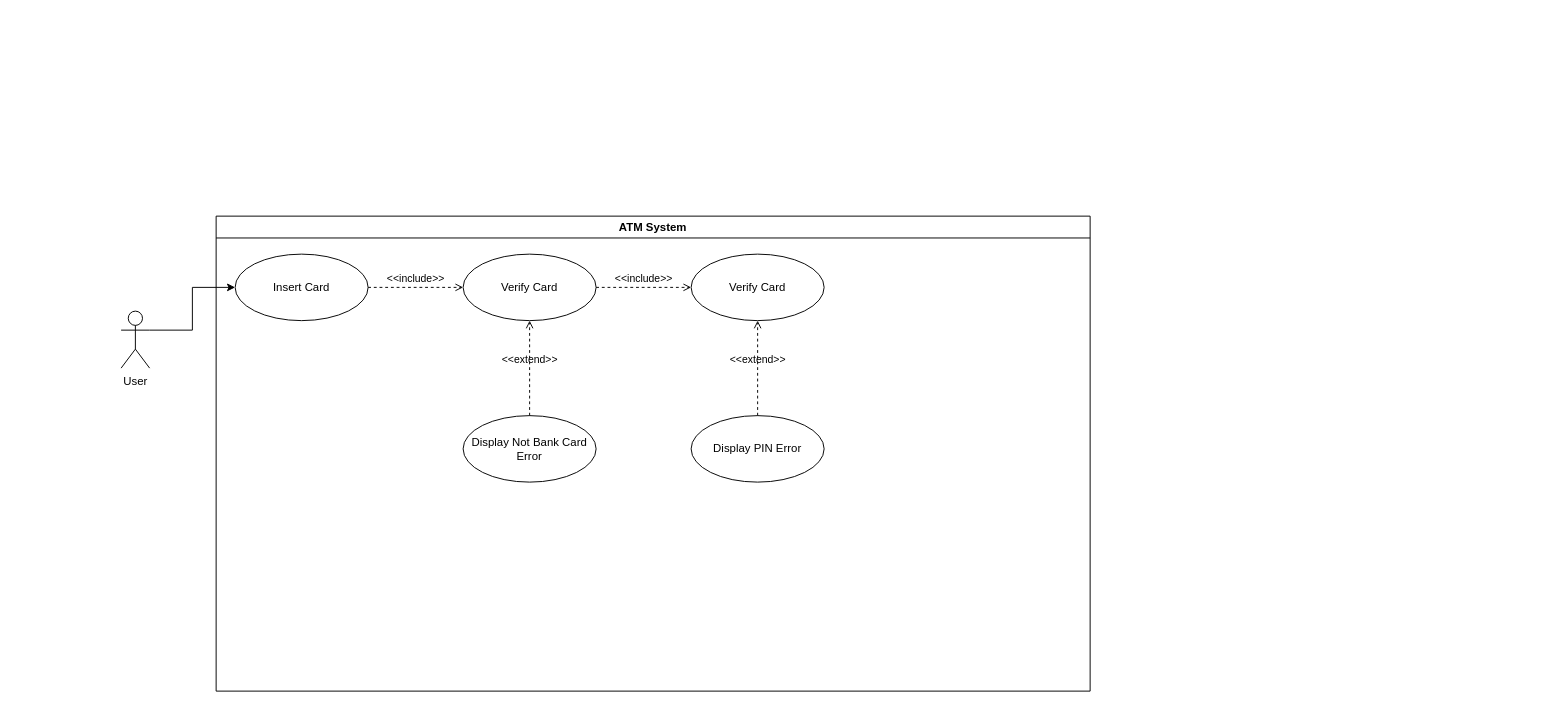
jilv220/UMLs keeps this draw.io diagram as ATM_usecase_diagram.drawio. Above is the earlier version. Source tidied: cells renumbered, new cells numbered last; positions are measured from the earlier drawing's top-left corner, leaving out a move shared by most shapes. Both pictures are drawn from the tidied source at 95%, with x=0, y=0 at pixel (121, 216).
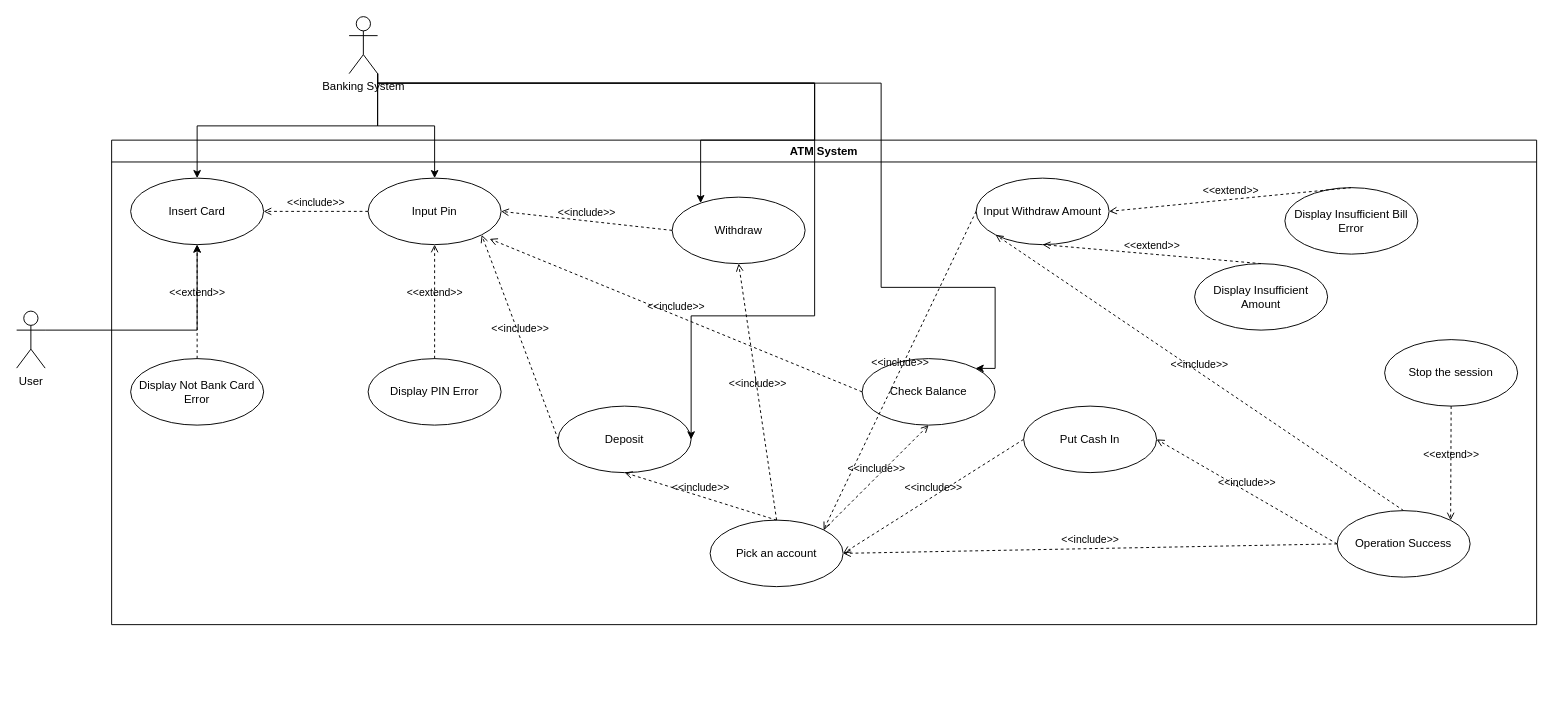
After the change.

Unchanged cells that the change refers to:
```xml
<mxCell id="3" value="Insert Card" style="ellipse;whiteSpace=wrap;html=1;" parent="2" vertex="1">
  <mxGeometry x="20" y="40" width="140" height="70" as="geometry" />
</mxCell>
```

The edit, as a diff of the source:
```diff
@@
     <mxCell id="2" value="&lt;div&gt;ATM System&lt;/div&gt;" style="swimlane;whiteSpace=wrap;html=1;" parent="1" vertex="1">
-      <mxGeometry x="100" width="920" height="500" as="geometry" />
+      <mxGeometry x="-10" y="-80" width="1500" height="510" as="geometry" />
     </mxCell>
@@
-    <mxCell id="4" value="Verify Card" style="ellipse;whiteSpace=wrap;html=1;" parent="2" vertex="1">
-      <mxGeometry x="260" y="40" width="140" height="70" as="geometry" />
-    </mxCell>
-    <mxCell id="5" value="&amp;lt;&amp;lt;include&amp;gt;&amp;gt;" style="html=1;verticalAlign=bottom;labelBackgroundColor=none;endArrow=open;endFill=0;dashed=1;rounded=0;exitX=1;exitY=0.5;exitDx=0;exitDy=0;entryX=0;entryY=0.5;entryDx=0;entryDy=0;" parent="2" edge="1" source="3" target="4">
-      <mxGeometry relative="1" as="geometry" />
-    </mxCell>
     <mxCell id="6" value="Display Not Bank Card Error" style="ellipse;whiteSpace=wrap;html=1;" parent="2" vertex="1">
-      <mxGeometry x="260" y="210" width="140" height="70" as="geometry" />
+      <mxGeometry x="20" y="230" width="140" height="70" as="geometry" />
     </mxCell>
-    <mxCell id="7" value="&amp;lt;&amp;lt;extend&amp;gt;&amp;gt;" style="html=1;verticalAlign=bottom;labelBackgroundColor=none;endArrow=open;endFill=0;dashed=1;rounded=0;exitX=0.5;exitY=0;exitDx=0;exitDy=0;entryX=0.5;entryY=1;entryDx=0;entryDy=0;" parent="2" edge="1" source="6" target="4">
+    <mxCell id="7" value="&amp;lt;&amp;lt;extend&amp;gt;&amp;gt;" style="html=1;verticalAlign=bottom;labelBackgroundColor=none;endArrow=open;endFill=0;dashed=1;rounded=0;exitX=0.5;exitY=0;exitDx=0;exitDy=0;entryX=0.5;entryY=1;entryDx=0;entryDy=0;" parent="2" edge="1" source="6" target="3">
       <mxGeometry relative="1" as="geometry" />
     </mxCell>
-    <mxCell id="8" value="&amp;lt;&amp;lt;include&amp;gt;&amp;gt;" style="html=1;verticalAlign=bottom;labelBackgroundColor=none;endArrow=open;endFill=0;dashed=1;rounded=0;exitX=1;exitY=0.5;exitDx=0;exitDy=0;" parent="2" edge="1" source="4" target="11">
+    <mxCell id="8" value="&amp;lt;&amp;lt;include&amp;gt;&amp;gt;" style="html=1;verticalAlign=bottom;labelBackgroundColor=none;endArrow=open;endFill=0;dashed=1;rounded=0;exitX=0;exitY=0.5;exitDx=0;exitDy=0;entryX=1;entryY=0.5;entryDx=0;entryDy=0;" parent="2" edge="1" source="11" target="3">
       <mxGeometry relative="1" as="geometry" />
     </mxCell>
     <mxCell id="9" value="Display PIN Error" style="ellipse;whiteSpace=wrap;html=1;" parent="2" vertex="1">
-      <mxGeometry x="500" y="210" width="140" height="70" as="geometry" />
+      <mxGeometry x="270" y="230" width="140" height="70" as="geometry" />
     </mxCell>
@@
-    <mxCell id="11" value="Verify Card" style="ellipse;whiteSpace=wrap;html=1;" parent="2" vertex="1">
-      <mxGeometry x="500" y="40" width="140" height="70" as="geometry" />
+    <mxCell id="11" value="Input Pin" style="ellipse;whiteSpace=wrap;html=1;" parent="2" vertex="1">
+      <mxGeometry x="270" y="40" width="140" height="70" as="geometry" />
     </mxCell>
+    <mxCell id="14" value="Withdraw" style="ellipse;whiteSpace=wrap;html=1;" parent="2" vertex="1">
+      <mxGeometry x="590" y="60" width="140" height="70" as="geometry" />
+    </mxCell>
+    <mxCell id="15" value="Deposit" style="ellipse;whiteSpace=wrap;html=1;" parent="2" vertex="1">
+      <mxGeometry x="470" y="280" width="140" height="70" as="geometry" />
+    </mxCell>
+    <mxCell id="16" value="Check Balance" style="ellipse;whiteSpace=wrap;html=1;" parent="2" vertex="1">
+      <mxGeometry x="790" y="230" width="140" height="70" as="geometry" />
+    </mxCell>
+    <mxCell id="17" value="&amp;lt;&amp;lt;include&amp;gt;&amp;gt;" style="html=1;verticalAlign=bottom;labelBackgroundColor=none;endArrow=open;endFill=0;dashed=1;rounded=0;exitX=0;exitY=0.5;exitDx=0;exitDy=0;entryX=1;entryY=0.5;entryDx=0;entryDy=0;" parent="2" edge="1" source="14" target="11">
+      <mxGeometry relative="1" as="geometry" />
+    </mxCell>
+    <mxCell id="18" value="&amp;lt;&amp;lt;include&amp;gt;&amp;gt;" style="html=1;verticalAlign=bottom;labelBackgroundColor=none;endArrow=open;endFill=0;dashed=1;rounded=0;exitX=0;exitY=0.5;exitDx=0;exitDy=0;entryX=1;entryY=1;entryDx=0;entryDy=0;" parent="2" edge="1" source="15" target="11">
+      <mxGeometry relative="1" as="geometry" />
+    </mxCell>
+    <mxCell id="19" value="&amp;lt;&amp;lt;include&amp;gt;&amp;gt;" style="html=1;verticalAlign=bottom;labelBackgroundColor=none;endArrow=open;endFill=0;dashed=1;rounded=0;exitX=0;exitY=0.5;exitDx=0;exitDy=0;entryX=0.914;entryY=0.914;entryDx=0;entryDy=0;entryPerimeter=0;" parent="2" edge="1" source="16" target="11">
+      <mxGeometry relative="1" as="geometry" />
+    </mxCell>
+    <mxCell id="20" value="Input Withdraw Amount" style="ellipse;whiteSpace=wrap;html=1;" parent="2" vertex="1">
+      <mxGeometry x="910" y="40" width="140" height="70" as="geometry" />
+    </mxCell>
+    <mxCell id="21" value="&amp;lt;&amp;lt;include&amp;gt;&amp;gt;" style="html=1;verticalAlign=bottom;labelBackgroundColor=none;endArrow=open;endFill=0;dashed=1;rounded=0;exitX=0.5;exitY=0;exitDx=0;exitDy=0;entryX=0.5;entryY=1;entryDx=0;entryDy=0;" parent="2" edge="1" source="24" target="14">
+      <mxGeometry relative="1" as="geometry" />
+    </mxCell>
+    <mxCell id="22" value="&lt;div&gt;Display Insufficient Amount&lt;/div&gt;" style="ellipse;whiteSpace=wrap;html=1;" parent="2" vertex="1">
+      <mxGeometry x="1140" y="130" width="140" height="70" as="geometry" />
+    </mxCell>
+    <mxCell id="23" value="&amp;lt;&amp;lt;extend&amp;gt;&amp;gt;" style="html=1;verticalAlign=bottom;labelBackgroundColor=none;endArrow=open;endFill=0;dashed=1;rounded=0;exitX=0.5;exitY=0;exitDx=0;exitDy=0;entryX=0.5;entryY=1;entryDx=0;entryDy=0;" parent="2" edge="1" source="22" target="20">
+      <mxGeometry relative="1" as="geometry" />
+    </mxCell>
+    <mxCell id="24" value="Pick an account" style="ellipse;whiteSpace=wrap;html=1;" parent="2" vertex="1">
+      <mxGeometry x="630" y="400" width="140" height="70" as="geometry" />
+    </mxCell>
+    <mxCell id="25" value="&amp;lt;&amp;lt;include&amp;gt;&amp;gt;" style="html=1;verticalAlign=bottom;labelBackgroundColor=none;endArrow=open;endFill=0;dashed=1;rounded=0;exitX=0.5;exitY=0;exitDx=0;exitDy=0;entryX=0.5;entryY=1;entryDx=0;entryDy=0;" parent="2" edge="1" source="24" target="15">
+      <mxGeometry relative="1" as="geometry" />
+    </mxCell>
+    <mxCell id="26" value="&amp;lt;&amp;lt;include&amp;gt;&amp;gt;" style="html=1;verticalAlign=bottom;labelBackgroundColor=none;endArrow=open;endFill=0;dashed=1;rounded=0;exitX=1;exitY=0;exitDx=0;exitDy=0;entryX=0.5;entryY=1;entryDx=0;entryDy=0;" parent="2" edge="1" source="24" target="16">
+      <mxGeometry relative="1" as="geometry" />
+    </mxCell>
+    <mxCell id="27" value="&amp;lt;&amp;lt;include&amp;gt;&amp;gt;" style="html=1;verticalAlign=bottom;labelBackgroundColor=none;endArrow=open;endFill=0;dashed=1;rounded=0;entryX=1;entryY=0;entryDx=0;entryDy=0;exitX=0;exitY=0.5;exitDx=0;exitDy=0;" parent="2" edge="1" source="20" target="24">
+      <mxGeometry relative="1" as="geometry" />
+    </mxCell>
+    <mxCell id="28" value="&lt;div&gt;Display Insufficient Bill Error&lt;br&gt;&lt;/div&gt;" style="ellipse;whiteSpace=wrap;html=1;" parent="2" vertex="1">
+      <mxGeometry x="1235" y="50" width="140" height="70" as="geometry" />
+    </mxCell>
+    <mxCell id="29" value="&amp;lt;&amp;lt;extend&amp;gt;&amp;gt;" style="html=1;verticalAlign=bottom;labelBackgroundColor=none;endArrow=open;endFill=0;dashed=1;rounded=0;exitX=0.5;exitY=0;exitDx=0;exitDy=0;entryX=1;entryY=0.5;entryDx=0;entryDy=0;" parent="2" edge="1" source="28" target="20">
+      <mxGeometry relative="1" as="geometry" />
+    </mxCell>
+    <mxCell id="30" value="Operation Success" style="ellipse;whiteSpace=wrap;html=1;" parent="2" vertex="1">
+      <mxGeometry x="1290" y="390" width="140" height="70" as="geometry" />
+    </mxCell>
+    <mxCell id="31" value="Stop the session" style="ellipse;whiteSpace=wrap;html=1;" parent="2" vertex="1">
+      <mxGeometry x="1340" y="210" width="140" height="70" as="geometry" />
+    </mxCell>
+    <mxCell id="32" value="&amp;lt;&amp;lt;extend&amp;gt;&amp;gt;" style="html=1;verticalAlign=bottom;labelBackgroundColor=none;endArrow=open;endFill=0;dashed=1;rounded=0;entryX=1;entryY=0;entryDx=0;entryDy=0;exitX=0.5;exitY=1;exitDx=0;exitDy=0;" parent="2" edge="1" source="31" target="30">
+      <mxGeometry relative="1" as="geometry" />
+    </mxCell>
+    <mxCell id="33" value="&amp;lt;&amp;lt;include&amp;gt;&amp;gt;" style="html=1;verticalAlign=bottom;labelBackgroundColor=none;endArrow=open;endFill=0;dashed=1;rounded=0;exitX=0;exitY=0.5;exitDx=0;exitDy=0;entryX=1;entryY=0.5;entryDx=0;entryDy=0;" parent="2" edge="1" source="30" target="24">
+      <mxGeometry relative="1" as="geometry" />
+    </mxCell>
+    <mxCell id="34" value="&amp;lt;&amp;lt;include&amp;gt;&amp;gt;" style="html=1;verticalAlign=bottom;labelBackgroundColor=none;endArrow=open;endFill=0;dashed=1;rounded=0;exitX=0.5;exitY=0;exitDx=0;exitDy=0;entryX=0;entryY=1;entryDx=0;entryDy=0;" parent="2" edge="1" source="30" target="20">
+      <mxGeometry relative="1" as="geometry" />
+    </mxCell>
+    <mxCell id="35" value="Put Cash In" style="ellipse;whiteSpace=wrap;html=1;" parent="2" vertex="1">
+      <mxGeometry x="960" y="280" width="140" height="70" as="geometry" />
+    </mxCell>
+    <mxCell id="36" value="&amp;lt;&amp;lt;include&amp;gt;&amp;gt;" style="html=1;verticalAlign=bottom;labelBackgroundColor=none;endArrow=open;endFill=0;dashed=1;rounded=0;exitX=0;exitY=0.5;exitDx=0;exitDy=0;entryX=1;entryY=0.5;entryDx=0;entryDy=0;" parent="2" edge="1" source="35" target="24">
+      <mxGeometry relative="1" as="geometry" />
+    </mxCell>
+    <mxCell id="37" value="&amp;lt;&amp;lt;include&amp;gt;&amp;gt;" style="html=1;verticalAlign=bottom;labelBackgroundColor=none;endArrow=open;endFill=0;dashed=1;rounded=0;exitX=0;exitY=0.5;exitDx=0;exitDy=0;entryX=1;entryY=0.5;entryDx=0;entryDy=0;" parent="2" edge="1" source="30" target="35">
+      <mxGeometry relative="1" as="geometry" />
+    </mxCell>
@@
     <mxCell id="13" value="&lt;div&gt;User&lt;/div&gt;&lt;div&gt;&lt;br&gt;&lt;/div&gt;" style="shape=umlActor;verticalLabelPosition=bottom;verticalAlign=top;html=1;" parent="1" vertex="1">
-      <mxGeometry y="100" width="30" height="60" as="geometry" />
+      <mxGeometry x="-110" y="100" width="30" height="60" as="geometry" />
     </mxCell>
+    <mxCell id="38" style="edgeStyle=orthogonalEdgeStyle;rounded=0;jettySize=auto;html=1;exitX=1;exitY=1;exitDx=0;exitDy=0;exitPerimeter=0;entryX=0.5;entryY=0;entryDx=0;entryDy=0;" parent="1" edge="1" source="43" target="3">
+      <mxGeometry relative="1" as="geometry" />
+    </mxCell>
+    <mxCell id="39" style="edgeStyle=orthogonalEdgeStyle;rounded=0;jettySize=auto;html=1;exitX=1;exitY=1;exitDx=0;exitDy=0;exitPerimeter=0;" parent="1" edge="1" source="43" target="11">
+      <mxGeometry relative="1" as="geometry" />
+    </mxCell>
+    <mxCell id="40" style="edgeStyle=orthogonalEdgeStyle;rounded=0;jettySize=auto;html=1;exitX=1;exitY=1;exitDx=0;exitDy=0;exitPerimeter=0;" parent="1" edge="1" source="43" target="14">
+      <mxGeometry relative="1" as="geometry">
+        <Array as="points">
+          <mxPoint x="730" y="-140" />
+          <mxPoint x="730" y="-80" />
+          <mxPoint x="610" y="-80" />
+        </Array>
+      </mxGeometry>
+    </mxCell>
+    <mxCell id="41" style="edgeStyle=orthogonalEdgeStyle;rounded=0;jettySize=auto;html=1;exitX=1;exitY=1;exitDx=0;exitDy=0;exitPerimeter=0;entryX=1;entryY=0.5;entryDx=0;entryDy=0;" parent="1" edge="1" source="43" target="15">
+      <mxGeometry relative="1" as="geometry">
+        <Array as="points">
+          <mxPoint x="730" y="-140" />
+          <mxPoint x="730" y="105" />
+        </Array>
+      </mxGeometry>
+    </mxCell>
+    <mxCell id="42" style="edgeStyle=orthogonalEdgeStyle;rounded=0;jettySize=auto;html=1;exitX=1;exitY=1;exitDx=0;exitDy=0;exitPerimeter=0;entryX=1;entryY=0;entryDx=0;entryDy=0;" parent="1" edge="1" source="43" target="16">
+      <mxGeometry relative="1" as="geometry">
+        <Array as="points">
+          <mxPoint x="800" y="-140" />
+          <mxPoint x="800" y="75" />
+          <mxPoint x="920" y="75" />
+          <mxPoint x="920" y="160" />
+        </Array>
+      </mxGeometry>
+    </mxCell>
+    <mxCell id="43" value="&lt;div&gt;Banking System&lt;/div&gt;" style="shape=umlActor;verticalLabelPosition=bottom;verticalAlign=top;html=1;" parent="1" vertex="1">
+      <mxGeometry x="240" y="-210" width="30" height="60" as="geometry" />
+    </mxCell>
```
